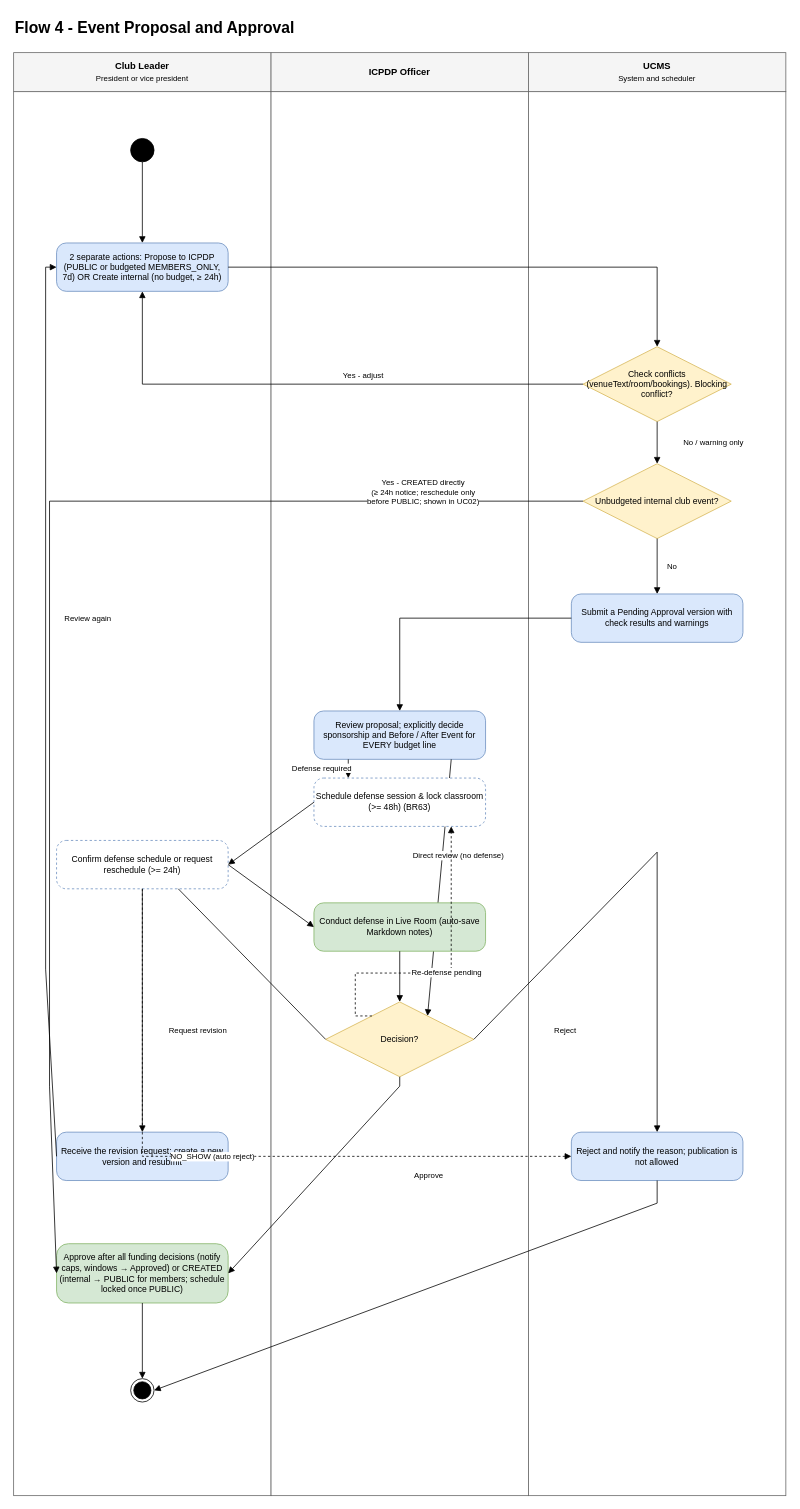
Before: page "04 Event Proposal" (4 of 14) of docs/03-diagrams/UCMS_Swimlane_Flows.drawio in nvdekay/ClubManagementSystem, a draw.io diagram. Source tidied: cells renumbered, new cells numbered last; positions are measured from the earlier drawing's top-left corner, leaving out a move shared by most shapes. Both pictures are drawn from the tidied source at 78%, with x=0, y=0 at pixel (13, 13).
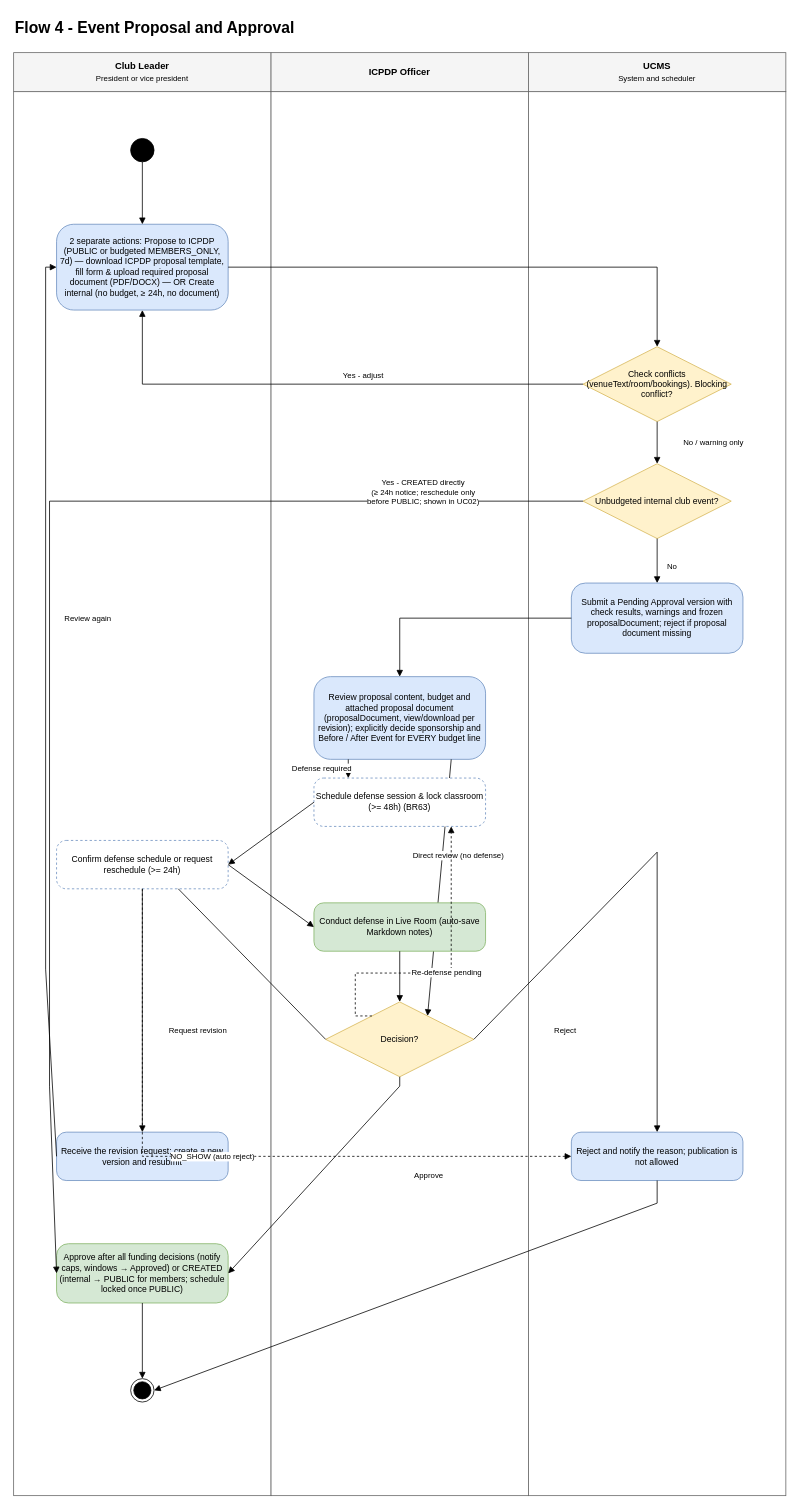
After the change.

The edit, as a diff of the source:
```diff
@@
-    <mxCell id="10" value="2 separate actions: Propose to ICPDP (PUBLIC or budgeted MEMBERS_ONLY, 7d) OR Create internal (no budget, ≥ 24h)" style="rounded=1;arcSize=20;whiteSpace=wrap;html=1;fillColor=#dae8fc;strokeColor=#6c8ebf;fontSize=11;" parent="1" vertex="1">
-      <mxGeometry x="55" y="294" width="220" height="62" as="geometry" />
+    <mxCell id="10" value="2 separate actions: Propose to ICPDP (PUBLIC or budgeted MEMBERS_ONLY, 7d) — download ICPDP proposal template, fill form &amp;amp; upload required proposal document (PDF/DOCX) — OR Create internal (no budget, ≥ 24h, no document)" style="rounded=1;arcSize=20;whiteSpace=wrap;html=1;fillColor=#dae8fc;strokeColor=#6c8ebf;fontSize=11;" parent="1" vertex="1">
+      <mxGeometry x="55" y="270" width="220" height="110" as="geometry" />
     </mxCell>
@@
-    <mxCell id="13" value="Submit a Pending Approval version with check results and warnings" style="rounded=1;arcSize=20;whiteSpace=wrap;html=1;fillColor=#dae8fc;strokeColor=#6c8ebf;fontSize=11;" parent="1" vertex="1">
-      <mxGeometry x="715" y="744" width="220" height="62" as="geometry" />
+    <mxCell id="13" value="Submit a Pending Approval version with check results, warnings and frozen proposalDocument; reject if proposal document missing" style="rounded=1;arcSize=20;whiteSpace=wrap;html=1;fillColor=#dae8fc;strokeColor=#6c8ebf;fontSize=11;" parent="1" vertex="1">
+      <mxGeometry x="715" y="730" width="220" height="90" as="geometry" />
     </mxCell>
-    <mxCell id="14" value="Review proposal; explicitly decide sponsorship and Before / After Event for EVERY budget line" style="rounded=1;arcSize=20;whiteSpace=wrap;html=1;fillColor=#dae8fc;strokeColor=#6c8ebf;fontSize=11;" parent="1" vertex="1">
-      <mxGeometry x="385" y="894" width="220" height="62" as="geometry" />
+    <mxCell id="14" value="Review proposal content, budget and attached proposal document (proposalDocument, view/download per revision); explicitly decide sponsorship and Before / After Event for EVERY budget line" style="rounded=1;arcSize=20;whiteSpace=wrap;html=1;fillColor=#dae8fc;strokeColor=#6c8ebf;fontSize=11;" parent="1" vertex="1">
+      <mxGeometry x="385" y="850" width="220" height="106" as="geometry" />
     </mxCell>
```
